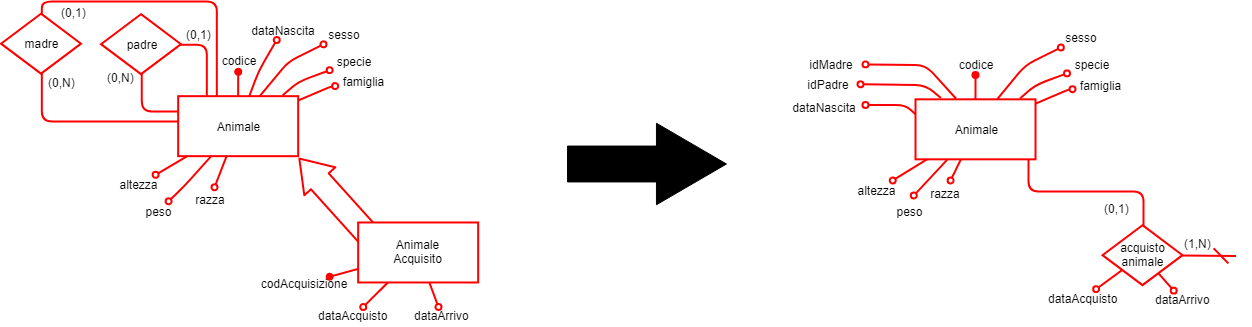
Earlier version of the draw.io export ridondanze/animale.png (glmquint/Farmhouse). Source tidied: cells renumbered, new cells last; positions are measured from the earlier drawing's top-left corner, leaving out a move shared by most shapes.
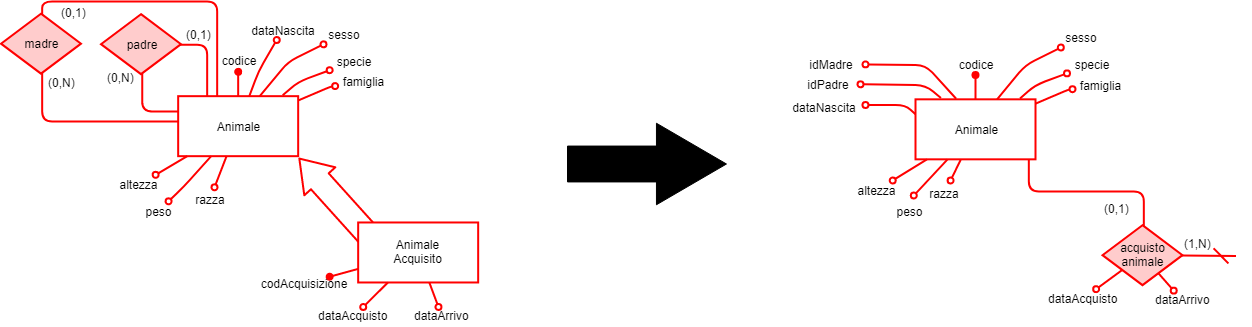
The same diagram one commit later.

Change to the diagram source:
```diff
@@ -113,7 +113,7 @@
     <mxCell id="30" value="dataArrivo" style="text;html=1;points=[];align=center;verticalAlign=top;spacingTop=-4;fontSize=12;" parent="1" vertex="1">
       <mxGeometry x="1147" y="289.1" width="70" height="20" as="geometry" />
     </mxCell>
-    <mxCell id="31" value="acquisto animale&lt;br&gt;" style="rhombus;whiteSpace=wrap;html=1;fontSize=12;align=center;strokeColor=#FF0000;strokeWidth=2;" parent="1" vertex="1">
+    <mxCell id="31" value="acquisto animale&lt;br&gt;" style="rhombus;whiteSpace=wrap;html=1;fontSize=12;align=center;strokeColor=#FF0000;strokeWidth=2;fillColor=#FFCCCC;" parent="1" vertex="1">
       <mxGeometry x="1102" y="223.6" width="80" height="60" as="geometry" />
     </mxCell>
     <mxCell id="32" value="(1,N)&lt;br&gt;" style="text;html=1;align=left;verticalAlign=top;spacingTop=-4;fontSize=12;" parent="1" vertex="1">
@@ -233,7 +233,7 @@
     <mxCell id="57" value="peso" style="text;html=1;strokeColor=none;fillColor=none;align=center;verticalAlign=middle;whiteSpace=wrap;rounded=0;" parent="1" vertex="1">
       <mxGeometry x="885.7" y="200.3" width="46" height="20" as="geometry" />
     </mxCell>
-    <mxCell id="58" value="padre" style="rhombus;whiteSpace=wrap;html=1;fontSize=12;align=center;strokeColor=#FF0000;strokeWidth=2;" parent="1" vertex="1">
+    <mxCell id="58" value="padre" style="rhombus;whiteSpace=wrap;html=1;fontSize=12;align=center;strokeColor=#FF0000;strokeWidth=2;fillColor=#FFCCCC;" parent="1" vertex="1">
       <mxGeometry x="100.5" y="12.6" width="80" height="60" as="geometry" />
     </mxCell>
     <mxCell id="59" style="edgeStyle=orthogonalEdgeStyle;rounded=1;comic=0;jumpStyle=none;jettySize=auto;html=1;shadow=0;endArrow=none;endFill=0;strokeWidth=2;fillColor=none;fontSize=12;strokeColor=#FF0000;" parent="1" edge="1" source="10" target="58">
@@ -267,7 +267,7 @@
     <mxCell id="64" value="(0,1)" style="text;html=1;align=left;verticalAlign=top;spacingTop=-4;fontSize=12;" parent="1" vertex="1">
       <mxGeometry x="58.5" y="2.1" width="40" height="20" as="geometry" />
     </mxCell>
-    <mxCell id="65" value="madre" style="rhombus;whiteSpace=wrap;html=1;fontSize=12;align=center;strokeColor=#FF0000;strokeWidth=2;" parent="1" vertex="1">
+    <mxCell id="65" value="madre" style="rhombus;whiteSpace=wrap;html=1;fontSize=12;align=center;strokeColor=#FF0000;strokeWidth=2;fillColor=#FFCCCC;" parent="1" vertex="1">
       <mxGeometry x="0.5" y="12.1" width="80" height="60" as="geometry" />
     </mxCell>
     <mxCell id="66" style="edgeStyle=orthogonalEdgeStyle;rounded=1;comic=0;jumpStyle=none;jettySize=auto;html=1;shadow=0;endArrow=none;endFill=0;strokeWidth=2;fillColor=none;fontSize=12;strokeColor=#FF0000;" parent="1" edge="1" source="10" target="65">
```
